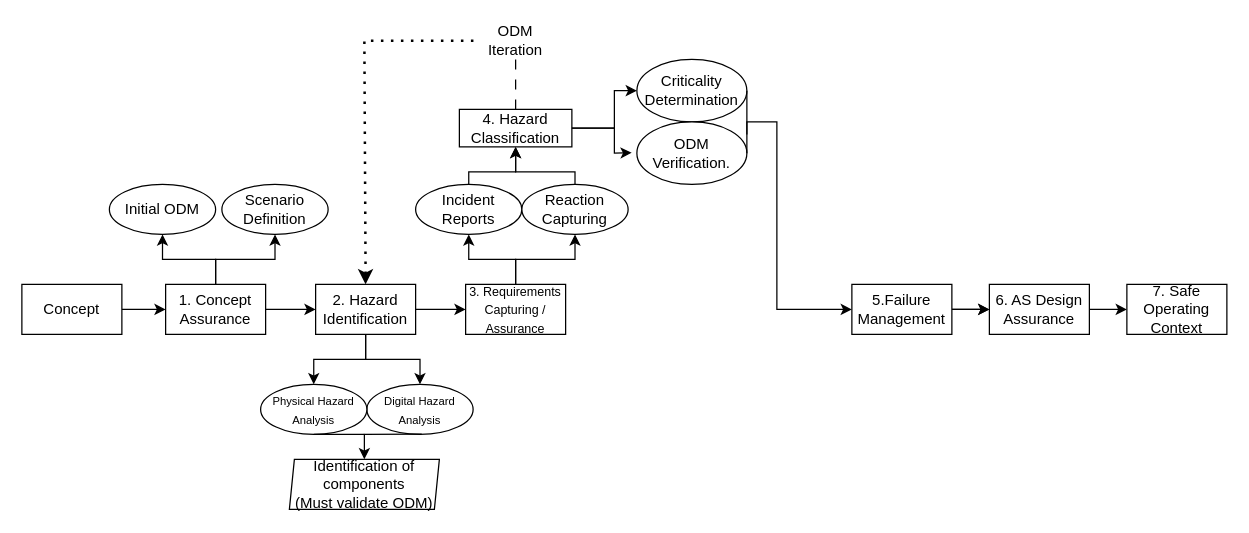
Earlier version of the draw.io diagram Overview/SACRED.drawio (TortoiseFather/SACRED). Source tidied: cells renumbered, new cells numbered last; positions are measured from the earlier drawing's top-left corner, leaving out a move shared by most shapes. Both pictures are drawn from the tidied source at 125%, with x=0, y=0 at pixel (21, 21).
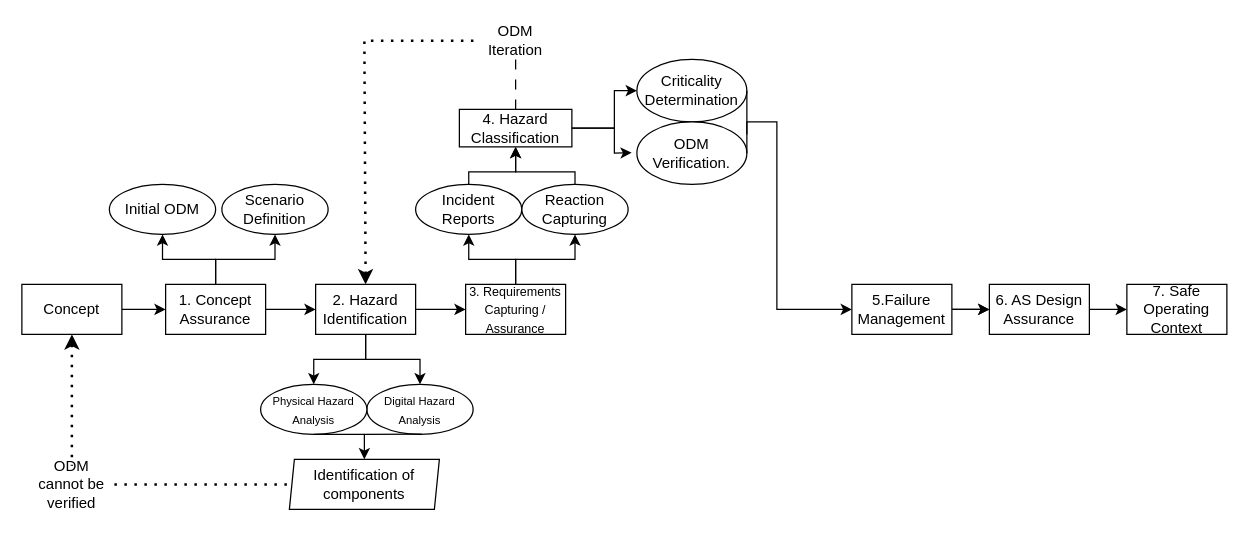
The same page after the edit.

Unchanged cells that the change refers to:
```xml
<mxCell id="3" value="Concept" style="rounded=0;whiteSpace=wrap;html=1;" parent="1" vertex="1">
  <mxGeometry y="210" width="80" height="40" as="geometry" />
</mxCell>
<mxCell id="11" value="2. Hazard Identification" style="rounded=0;whiteSpace=wrap;html=1;" parent="1" vertex="1">
  <mxGeometry x="235" y="210" width="80" height="40" as="geometry" />
</mxCell>
<mxCell id="14" value="&lt;font style=&quot;font-size: 10px;&quot;&gt;3. Requirements Capturing / Assurance&lt;/font&gt;" style="rounded=0;whiteSpace=wrap;html=1;" parent="1" vertex="1">
  <mxGeometry x="355" y="210" width="80" height="40" as="geometry" />
</mxCell>
```

Change to the diagram source:
```diff
@@
-    <mxCell id="8" style="edgeStyle=orthogonalEdgeStyle;rounded=0;jettySize=auto;html=1;" parent="1" edge="1" source="11" target="14">
-      <mxGeometry relative="1" as="geometry" />
-    </mxCell>
@@
-    <mxCell id="37" value="&lt;div&gt;Identification of components&lt;/div&gt;&lt;div&gt;(Must validate ODM)&lt;br&gt;&lt;/div&gt;" style="shape=parallelogram;perimeter=parallelogramPerimeter;whiteSpace=wrap;html=1;fixedSize=1;size=4;" parent="1" vertex="1">
+    <mxCell id="37" value="&lt;div&gt;Identification of components&lt;/div&gt;" style="shape=parallelogram;perimeter=parallelogramPerimeter;whiteSpace=wrap;html=1;fixedSize=1;size=4;" parent="1" vertex="1">
       <mxGeometry x="214" y="350" width="120" height="40" as="geometry" />
     </mxCell>
@@
+    <mxCell id="8" style="endArrow=classic;html=1;rounded=0;exitX=1;exitY=0.5;exitDx=0;exitDy=0;entryX=0;entryY=0.5;entryDx=0;entryDy=0;" parent="1" edge="1" source="11" target="14">
+      <mxGeometry relative="1" as="geometry">
+        <Array as="points">
+          <mxPoint x="344" y="230" />
+        </Array>
+      </mxGeometry>
+    </mxCell>
+    <mxCell id="42" style="endArrow=none;dashed=1;html=1;dashPattern=1 3;strokeWidth=2;rounded=0;entryX=0;entryY=0.5;entryDx=0;entryDy=0;endFill=0;startArrow=none;startFill=0;" parent="1" edge="1" target="37">
+      <mxGeometry relative="1" as="geometry">
+        <mxPoint x="74" y="370" as="sourcePoint" />
+        <Array as="points">
+          <mxPoint x="94" y="370" />
+        </Array>
+      </mxGeometry>
+    </mxCell>
+    <mxCell id="43" style="endArrow=none;dashed=1;html=1;dashPattern=1 3;strokeWidth=2;rounded=0;entryX=0.5;entryY=0;entryDx=0;entryDy=0;exitX=0.5;exitY=1;exitDx=0;exitDy=0;endFill=0;startArrow=classic;startFill=1;" parent="1" edge="1" source="3" target="44">
+      <mxGeometry relative="1" as="geometry" />
+    </mxCell>
+    <mxCell id="44" value="ODM cannot be verified" style="text;html=1;align=center;verticalAlign=middle;whiteSpace=wrap;rounded=0;" parent="1" vertex="1">
+      <mxGeometry x="10" y="355" width="60" height="30" as="geometry" />
+    </mxCell>
```
